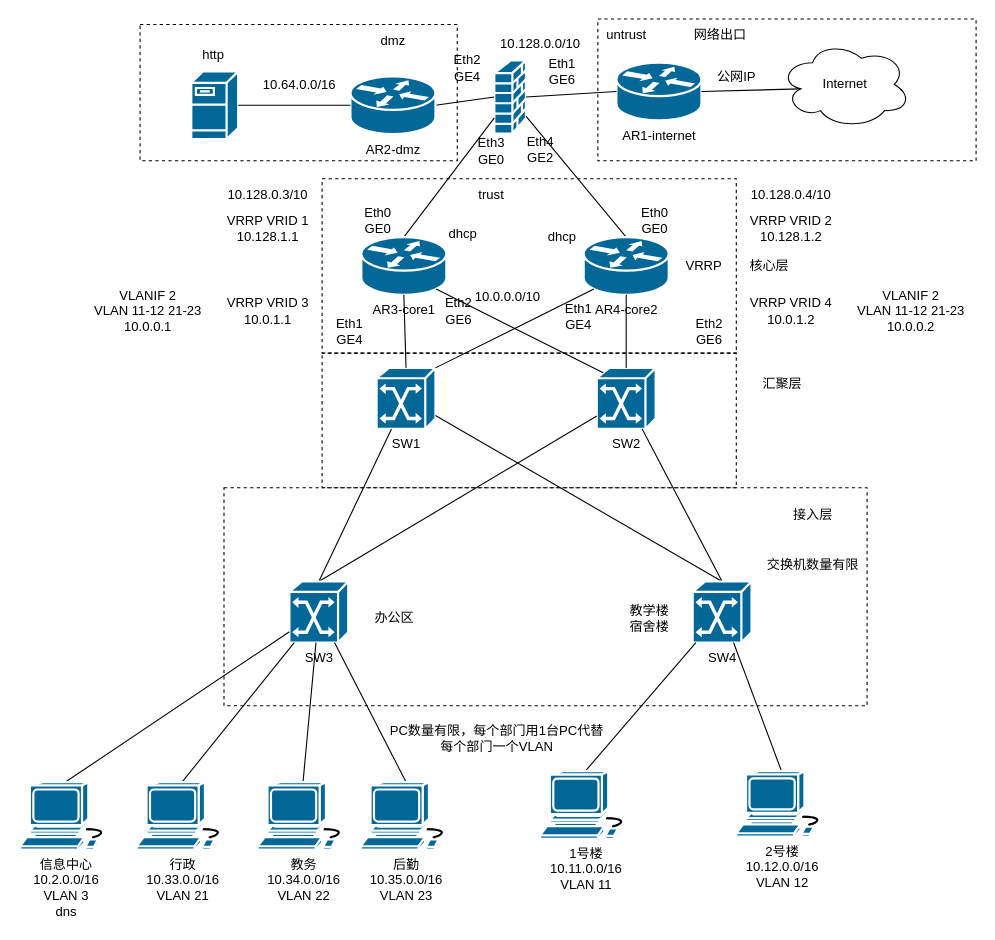
Earlier version of the draw.io diagram ne24.drawio (HPLZH/draw). Source tidied: cells renumbered, new cells numbered last; positions are measured from the earlier drawing's top-left corner, leaving out a move shared by most shapes. Both pictures are drawn from the tidied source at 109%, with x=0, y=0 at pixel (20, 19).
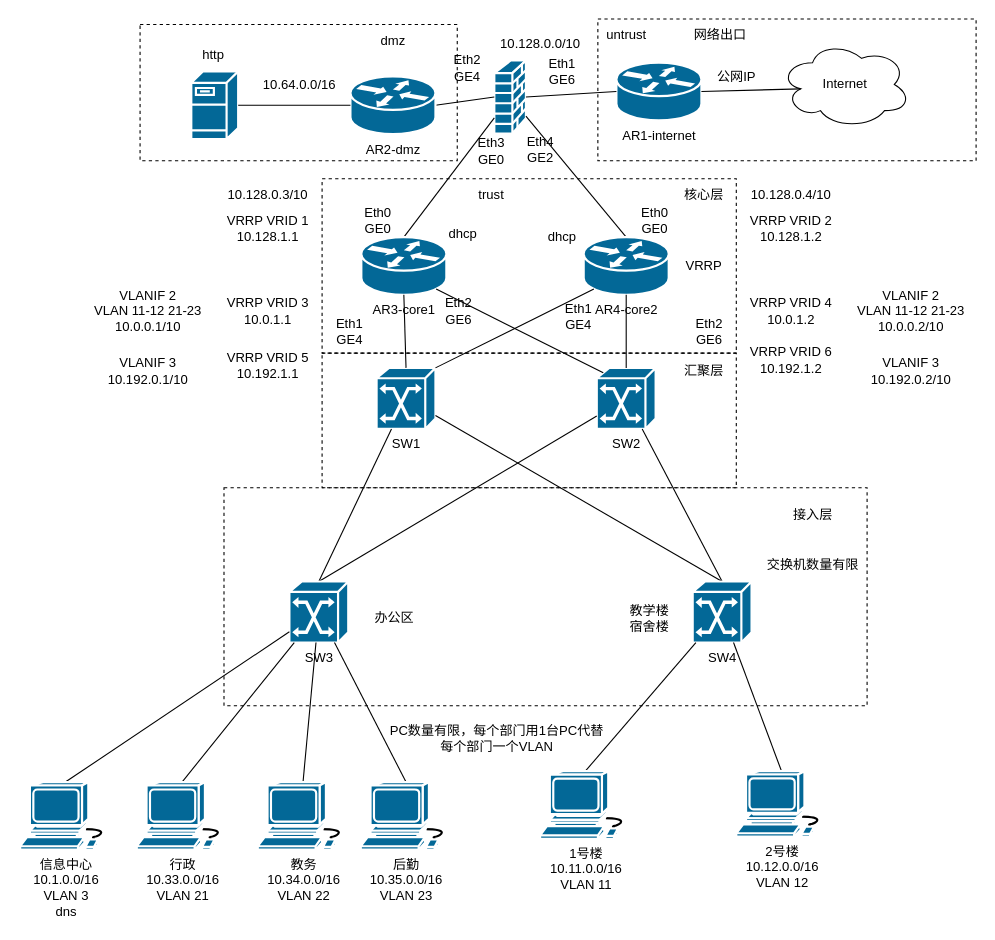
After the change.

The edit, as a diff of the source:
```diff
@@
     <mxCell id="42" value="核心层" style="text;html=1;align=center;verticalAlign=middle;strokeColor=none;fillColor=none;" parent="1" vertex="1">
-      <mxGeometry x="657" y="211.5" width="60" height="30" as="geometry" />
+      <mxGeometry x="597" y="146.5" width="60" height="30" as="geometry" />
     </mxCell>
@@
     <mxCell id="44" value="汇聚层" style="text;html=1;align=center;verticalAlign=middle;strokeColor=none;fillColor=none;" parent="1" vertex="1">
-      <mxGeometry x="668.5" y="320" width="60" height="30" as="geometry" />
+      <mxGeometry x="597" y="308" width="60" height="30" as="geometry" />
     </mxCell>
@@
-    <mxCell id="53" value="10.0.0.0/10" style="text;html=1;align=center;verticalAlign=middle;strokeColor=none;fillColor=none;" parent="1" vertex="1">
-      <mxGeometry x="406.5" y="240" width="80" height="30" as="geometry" />
-    </mxCell>
@@
-    <mxCell id="77" value="VLANIF 2&lt;div&gt;VLAN 11-12 21-23&lt;/div&gt;&lt;div&gt;10.0.0.1&lt;/div&gt;" style="text;html=1;align=center;verticalAlign=middle;strokeColor=none;fillColor=none;" parent="1" vertex="1">
+    <mxCell id="77" value="VLANIF 2&lt;div&gt;VLAN 11-12 21-23&lt;/div&gt;&lt;div&gt;10.0.0.1/10&lt;/div&gt;" style="text;html=1;align=center;verticalAlign=middle;strokeColor=none;fillColor=none;" parent="1" vertex="1">
       <mxGeometry x="57" y="238" width="120" height="60" as="geometry" />
     </mxCell>
-    <mxCell id="78" value="VLANIF 2&lt;div&gt;VLAN 11-12 21-23&lt;/div&gt;&lt;div&gt;10.0.0.2&lt;/div&gt;" style="text;html=1;align=center;verticalAlign=middle;strokeColor=none;fillColor=none;" parent="1" vertex="1">
+    <mxCell id="78" value="VLANIF 2&lt;div&gt;VLAN 11-12 21-23&lt;/div&gt;&lt;div&gt;10.0.0.2/10&lt;/div&gt;" style="text;html=1;align=center;verticalAlign=middle;strokeColor=none;fillColor=none;" parent="1" vertex="1">
       <mxGeometry x="757" y="238" width="120" height="60" as="geometry" />
     </mxCell>
@@
-    <mxCell id="80" value="&lt;div&gt;信息中心&lt;/div&gt;&lt;div&gt;10.2.0.0/16&lt;/div&gt;&lt;div&gt;VLAN 3&lt;/div&gt;&lt;div&gt;dns&lt;/div&gt;" style="shape=mxgraph.cisco.computers_and_peripherals.workstation;sketch=0;html=1;dashed=0;fillColor=#036897;strokeColor=#ffffff;strokeWidth=2;verticalLabelPosition=bottom;verticalAlign=top;align=center;outlineConnect=0;" parent="1" vertex="1">
+    <mxCell id="80" value="&lt;div&gt;信息中心&lt;/div&gt;&lt;div&gt;10.1.0.0/16&lt;/div&gt;&lt;div&gt;VLAN 3&lt;/div&gt;&lt;div&gt;dns&lt;/div&gt;" style="shape=mxgraph.cisco.computers_and_peripherals.workstation;sketch=0;html=1;dashed=0;fillColor=#036897;strokeColor=#ffffff;strokeWidth=2;verticalLabelPosition=bottom;verticalAlign=top;align=center;outlineConnect=0;" parent="1" vertex="1">
       <mxGeometry y="700" width="83" height="62" as="geometry" />
     </mxCell>
+    <mxCell id="81" value="VLANIF 3&lt;div&gt;10.192.0.1/10&lt;/div&gt;" style="text;html=1;align=center;verticalAlign=middle;strokeColor=none;fillColor=none;" parent="1" vertex="1">
+      <mxGeometry x="67" y="303" width="100" height="40" as="geometry" />
+    </mxCell>
+    <mxCell id="82" value="VLANIF 3&lt;div&gt;10.192.0.2/10&lt;/div&gt;" style="text;html=1;align=center;verticalAlign=middle;strokeColor=none;fillColor=none;" parent="1" vertex="1">
+      <mxGeometry x="767" y="303" width="100" height="40" as="geometry" />
+    </mxCell>
+    <mxCell id="83" value="VRRP VRID 5&lt;div&gt;10.192.1.1&lt;/div&gt;" style="text;html=1;align=center;verticalAlign=middle;strokeColor=none;fillColor=none;" parent="1" vertex="1">
+      <mxGeometry x="177" y="298" width="100" height="40" as="geometry" />
+    </mxCell>
+    <mxCell id="84" value="VRRP VRID 6&lt;div&gt;10.192.1.2&lt;/div&gt;" style="text;html=1;align=center;verticalAlign=middle;strokeColor=none;fillColor=none;" parent="1" vertex="1">
+      <mxGeometry x="657" y="293" width="100" height="40" as="geometry" />
+    </mxCell>
```
